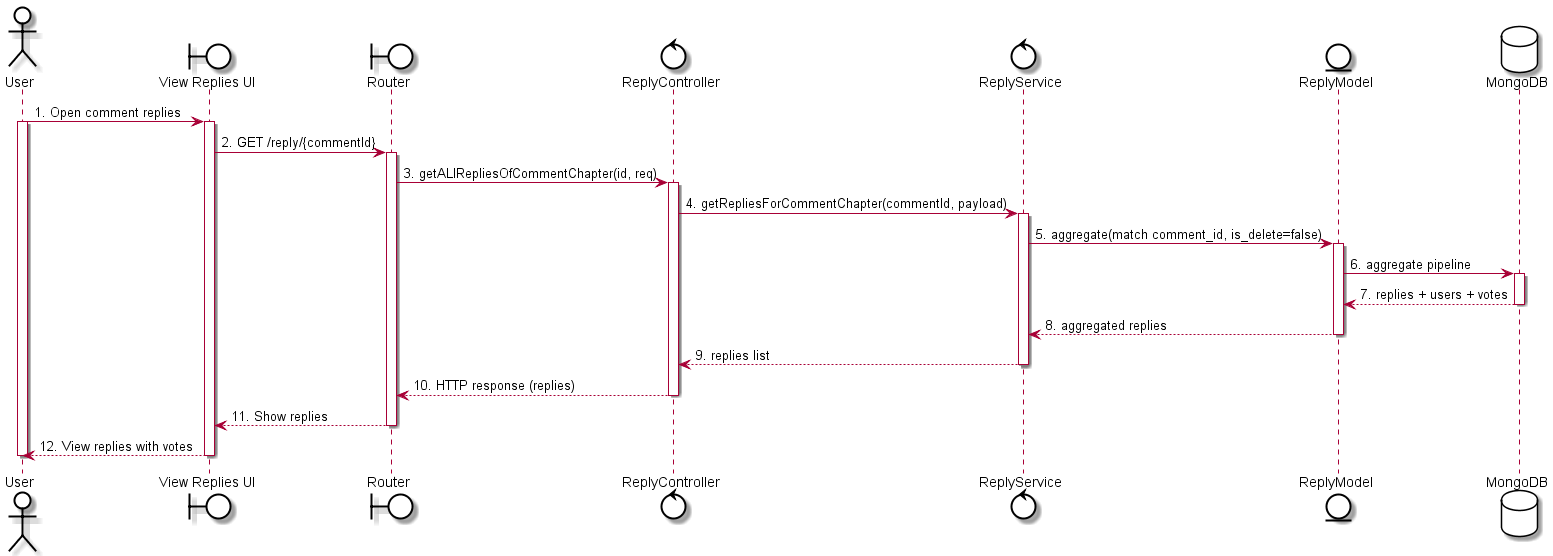
The PlantUML diagram out/uc43 - View Reply comment/uc43 - View Reply comment.png in LGK1412/sequence_sep490_01, before a commit. Source of this version:
```plantuml
@startuml
skinparam {
    ActorBackgroundColor #FFFFFF
    BoundaryBackgroundColor #FFFFFF
    ControlBackgroundColor #FFFFFF
    EntityBackgroundColor #FFFFFF
    DatabaseBackgroundColor #FFFFFF

    ActorBorderColor black
    BoundaryBorderColor black
    ControlBorderColor black
    EntityBorderColor black
    DatabaseBorderColor black
}

actor User
boundary "View Replies UI" as UI
boundary Router
control ReplyController
control ReplyService
entity ReplyModel
database MongoDB

User -> UI: 1. Open comment replies
activate User
activate UI

UI -> Router: 2. GET /reply/{commentId}
activate Router

Router -> ReplyController: 3. getALlRepliesOfCommentChapter(id, req)
activate ReplyController

ReplyController -> ReplyService: 4. getRepliesForCommentChapter(commentId, payload)
activate ReplyService

ReplyService -> ReplyModel: 5. aggregate(match comment_id, is_delete=false)
activate ReplyModel
ReplyModel -> MongoDB: 6. aggregate pipeline
activate MongoDB

MongoDB --> ReplyModel: 7. replies + users + votes
deactivate MongoDB
ReplyModel --> ReplyService: 8. aggregated replies
deactivate ReplyModel

ReplyService --> ReplyController: 9. replies list
deactivate ReplyService

ReplyController --> Router: 10. HTTP response (replies)
deactivate ReplyController
Router --> UI: 11. Show replies
deactivate Router
UI --> User: 12. View replies with votes
deactivate UI
deactivate User
@enduml
```
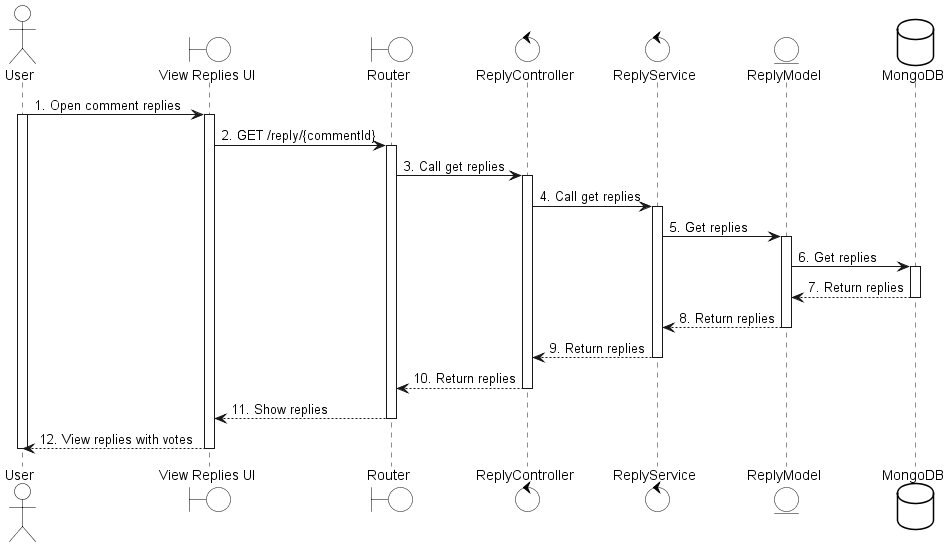
Above is the later version.

What changed in the source:
```diff
@@ -28,26 +28,26 @@
 UI -> Router: 2. GET /reply/{commentId}
 activate Router
 
-Router -> ReplyController: 3. getALlRepliesOfCommentChapter(id, req)
+Router -> ReplyController: 3. Call get replies
 activate ReplyController
 
-ReplyController -> ReplyService: 4. getRepliesForCommentChapter(commentId, payload)
+ReplyController -> ReplyService: 4. Call get replies
 activate ReplyService
 
-ReplyService -> ReplyModel: 5. aggregate(match comment_id, is_delete=false)
+ReplyService -> ReplyModel: 5. Get replies
 activate ReplyModel
-ReplyModel -> MongoDB: 6. aggregate pipeline
+ReplyModel -> MongoDB: 6. Get replies
 activate MongoDB
 
-MongoDB --> ReplyModel: 7. replies + users + votes
+MongoDB --> ReplyModel: 7. Return replies
 deactivate MongoDB
-ReplyModel --> ReplyService: 8. aggregated replies
+ReplyModel --> ReplyService: 8. Return replies
 deactivate ReplyModel
 
-ReplyService --> ReplyController: 9. replies list
+ReplyService --> ReplyController: 9. Return replies
 deactivate ReplyService
 
-ReplyController --> Router: 10. HTTP response (replies)
+ReplyController --> Router: 10. Return replies
 deactivate ReplyController
 Router --> UI: 11. Show replies
 deactivate Router
```
